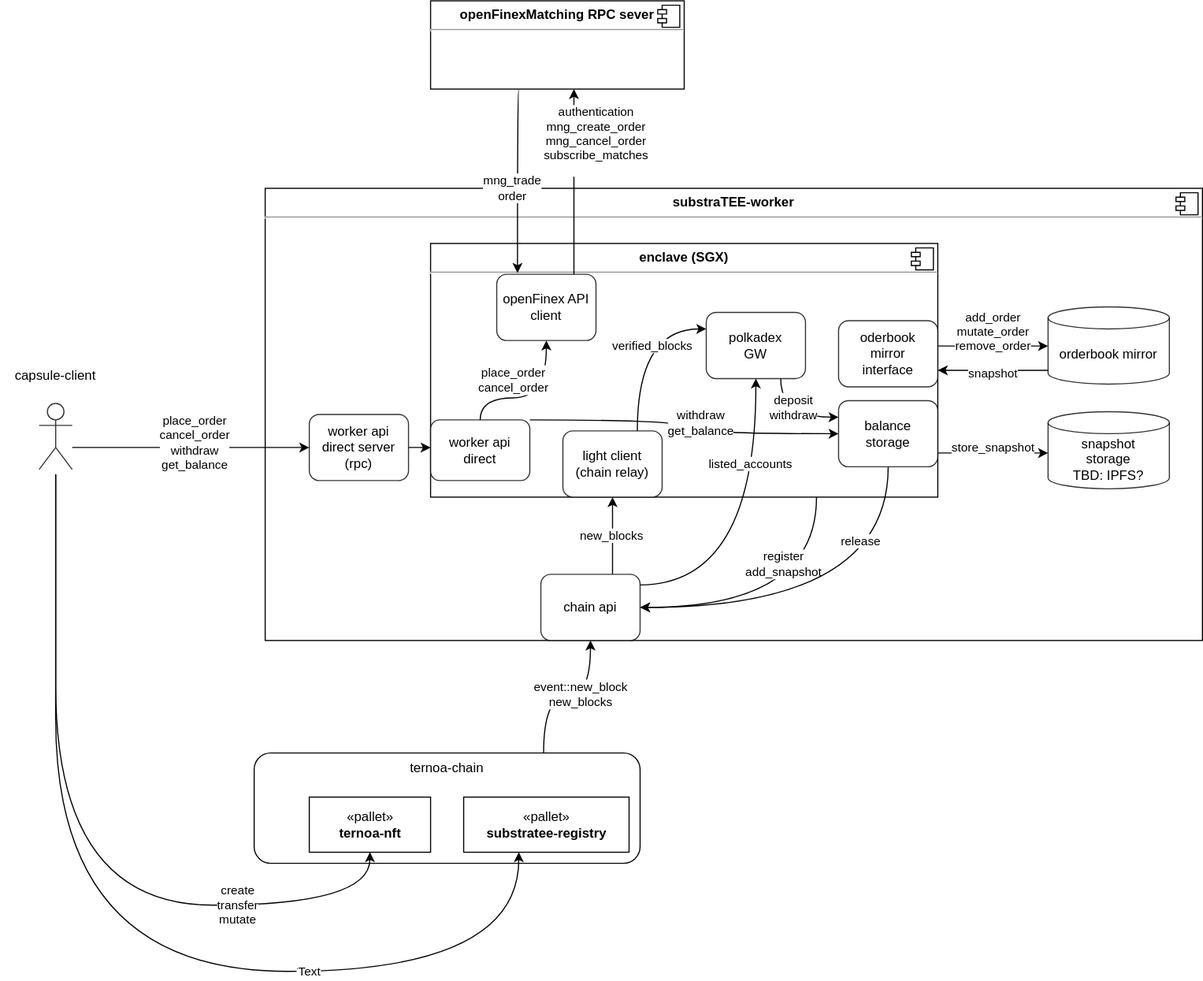
Before: overview_ternoa.svg, a diagram exported from draw.io (haerdib/substraTEE_diagramms). Source tidied: cells renumbered, new cells last; positions are measured from the earlier drawing's top-left corner, leaving out a move shared by most shapes.
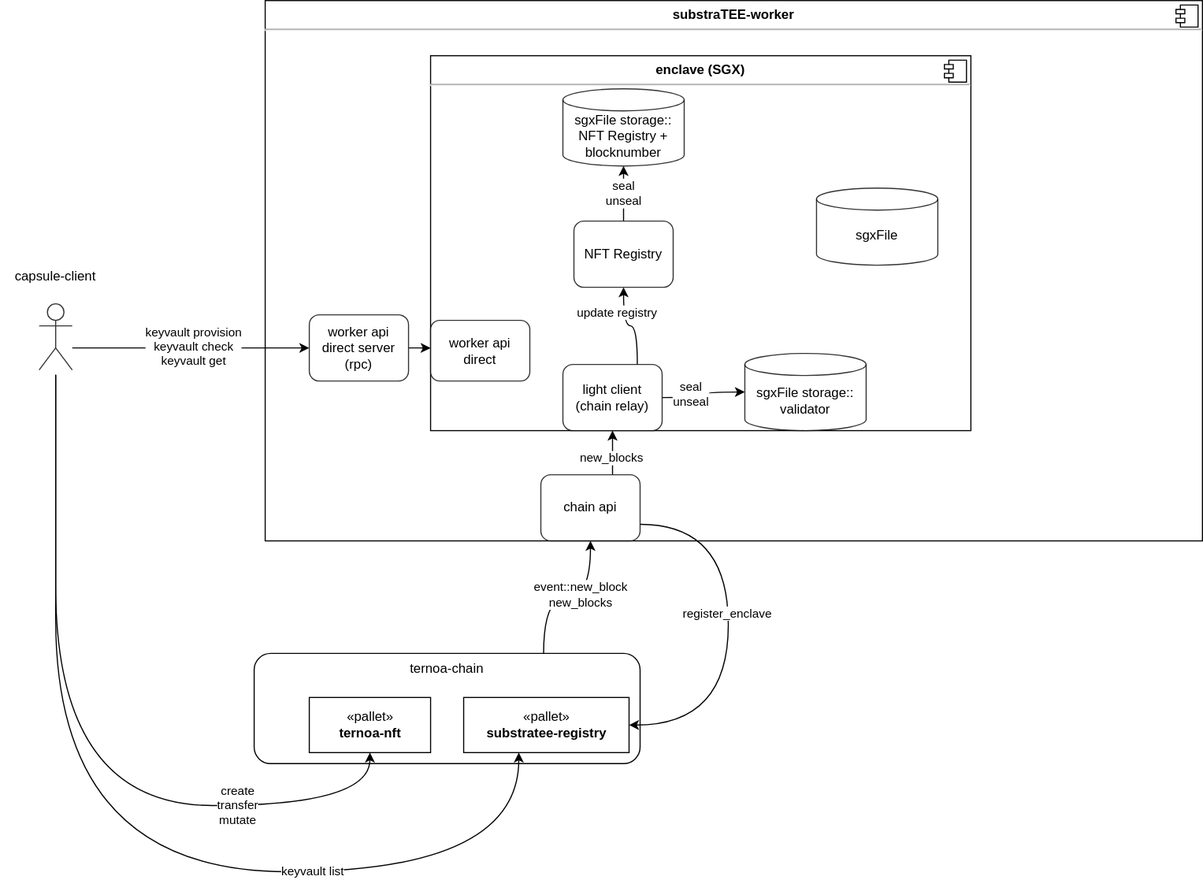
Later version of the same file.

Diff of the diagram source:
```diff
@@ -3,7 +3,7 @@
     <mxCell id="0" />
     <mxCell id="1" parent="0" />
     <mxCell id="2" value="&lt;p style=&quot;margin: 0px ; margin-top: 6px ; text-align: center&quot;&gt;&lt;b&gt;substraTEE-worker&lt;br&gt;&lt;/b&gt;&lt;/p&gt;&lt;hr&gt;&lt;p style=&quot;margin: 0px ; margin-left: 8px&quot;&gt;&lt;br&gt;&lt;/p&gt;" style="align=left;overflow=fill;html=1;" parent="1" vertex="1">
-      <mxGeometry x="240" y="170" width="850" height="410" as="geometry" />
+      <mxGeometry x="240" y="90" width="850" height="490" as="geometry" />
     </mxCell>
     <mxCell id="3" style="shape=component;jettyWidth=8;jettyHeight=4;" parent="2" vertex="1">
       <mxGeometry x="1" width="20" height="20" relative="1" as="geometry">
@@ -11,7 +11,7 @@
       </mxGeometry>
     </mxCell>
     <mxCell id="4" value="&lt;p style=&quot;margin: 0px ; margin-top: 6px ; text-align: center&quot;&gt;&lt;b&gt;enclave (SGX)&lt;br&gt;&lt;/b&gt;&lt;/p&gt;&lt;hr&gt;&lt;p style=&quot;margin: 0px ; margin-left: 8px&quot;&gt;&lt;br&gt;&lt;/p&gt;" style="align=left;overflow=fill;html=1;" parent="1" vertex="1">
-      <mxGeometry x="390" y="220" width="460" height="230" as="geometry" />
+      <mxGeometry x="390" y="140" width="490" height="340" as="geometry" />
     </mxCell>
     <mxCell id="5" style="shape=component;jettyWidth=8;jettyHeight=4;" parent="4" vertex="1">
       <mxGeometry x="1" width="20" height="20" relative="1" as="geometry">
@@ -33,16 +33,22 @@
     <mxCell id="10" value="«pallet»&lt;br&gt;&lt;b&gt;substratee-registry&lt;/b&gt;" style="html=1;" parent="1" vertex="1">
       <mxGeometry x="420" y="722" width="150" height="50" as="geometry" />
     </mxCell>
-    <mxCell id="11" style="edgeStyle=orthogonalEdgeStyle;curved=1;jettySize=auto;html=1;exitX=0.75;exitY=0;exitDx=0;exitDy=0;entryX=0;entryY=0.25;entryDx=0;entryDy=0;" parent="1" edge="1" source="13" target="58">
+    <mxCell id="11" style="edgeStyle=orthogonalEdgeStyle;curved=1;jettySize=auto;html=1;exitX=0.75;exitY=0;exitDx=0;exitDy=0;" parent="1" edge="1" source="13" target="58">
       <mxGeometry relative="1" as="geometry" />
     </mxCell>
-    <mxCell id="12" value="verified_blocks" style="edgeLabel;html=1;align=center;verticalAlign=middle;" parent="11" vertex="1">
+    <mxCell id="12" value="update registry" style="edgeLabel;html=1;align=center;verticalAlign=middle;" parent="11" vertex="1">
       <mxGeometry x="0.56" y="-10" relative="1" as="geometry">
         <mxPoint x="-15.8" y="5" as="offset" />
       </mxGeometry>
     </mxCell>
+    <mxCell id="59" style="edgeStyle=orthogonalEdgeStyle;curved=1;jettySize=auto;html=1;exitX=1;exitY=0.5;exitDx=0;exitDy=0;entryX=0;entryY=0.5;entryDx=0;entryDy=0;entryPerimeter=0;" parent="1" edge="1" source="13" target="65">
+      <mxGeometry relative="1" as="geometry" />
+    </mxCell>
+    <mxCell id="60" value="&lt;div&gt;seal &lt;br&gt;&lt;/div&gt;&lt;div&gt;unseal&lt;/div&gt;" style="edgeLabel;html=1;align=center;verticalAlign=middle;" parent="59" vertex="1">
+      <mxGeometry x="-0.35" y="3" relative="1" as="geometry" />
+    </mxCell>
     <mxCell id="13" value="light client&lt;br&gt;(chain relay)" style="rounded=1;whiteSpace=wrap;html=1;opacity=80;" parent="1" vertex="1">
-      <mxGeometry x="510" y="390" width="90" height="60" as="geometry" />
+      <mxGeometry x="510" y="420" width="90" height="60" as="geometry" />
     </mxCell>
     <mxCell id="14" style="edgeStyle=orthogonalEdgeStyle;curved=1;rounded=0;jettySize=auto;html=1;entryX=0.5;entryY=1;entryDx=0;entryDy=0;" parent="1" edge="1" target="9">
       <mxGeometry relative="1" as="geometry">
@@ -68,40 +74,12 @@
     <mxCell id="17" style="shape=umlActor;verticalLabelPosition=bottom;verticalAlign=top;html=1;outlineConnect=0;opacity=80;" parent="1" vertex="1">
       <mxGeometry x="35" y="365" width="30" height="60" as="geometry" />
     </mxCell>
-    <mxCell id="18" style="edgeStyle=orthogonalEdgeStyle;curved=1;rounded=0;jettySize=auto;html=1;entryX=1;entryY=0.5;entryDx=0;entryDy=0;" parent="1" edge="1" source="4" target="31">
-      <mxGeometry relative="1" as="geometry">
-        <Array as="points">
-          <mxPoint x="740" y="550" />
-        </Array>
-      </mxGeometry>
-    </mxCell>
-    <mxCell id="19" value="&lt;div&gt;register&lt;/div&gt;&lt;div&gt;add_snapshot&lt;br&gt;&lt;/div&gt;" style="edgeLabel;html=1;align=center;verticalAlign=middle;" parent="18" vertex="1">
-      <mxGeometry x="-0.38" y="3" relative="1" as="geometry">
-        <mxPoint x="-33" y="-20" as="offset" />
-      </mxGeometry>
-    </mxCell>
     <mxCell id="20" value="capsule-client" style="text;html=1;strokeColor=none;fillColor=none;align=center;verticalAlign=middle;whiteSpace=wrap;rounded=0;" parent="1" vertex="1">
       <mxGeometry y="330" width="100" height="20" as="geometry" />
     </mxCell>
-    <mxCell id="21" value="orderbook mirror" style="shape=cylinder3;whiteSpace=wrap;html=1;boundedLbl=1;backgroundOutline=1;size=10;opacity=80;" parent="1" vertex="1">
-      <mxGeometry x="950" y="277.5" width="110" height="70" as="geometry" />
+    <mxCell id="21" value="sgxFile" style="shape=cylinder3;whiteSpace=wrap;html=1;boundedLbl=1;backgroundOutline=1;size=10;opacity=80;" parent="1" vertex="1">
+      <mxGeometry x="740" y="260" width="110" height="70" as="geometry" />
     </mxCell>
-    <mxCell id="22" style="edgeStyle=orthogonalEdgeStyle;jettySize=auto;html=1;curved=1;" parent="1" edge="1" source="49" target="21">
-      <mxGeometry relative="1" as="geometry">
-        <Array as="points">
-          <mxPoint x="870" y="313" />
-          <mxPoint x="870" y="313" />
-        </Array>
-      </mxGeometry>
-    </mxCell>
-    <mxCell id="23" value="&lt;div&gt;add_order&lt;/div&gt;&lt;div&gt;mutate_order&lt;/div&gt;&lt;div&gt;remove_order&lt;br&gt;&lt;/div&gt;" style="edgeLabel;html=1;align=center;verticalAlign=middle;" parent="22" vertex="1">
-      <mxGeometry x="0.36" y="1" relative="1" as="geometry">
-        <mxPoint x="-18.1" y="-12" as="offset" />
-      </mxGeometry>
-    </mxCell>
-    <mxCell id="24" value="&lt;div&gt;openFinex API&lt;/div&gt;&lt;div&gt;client&lt;br&gt;&lt;/div&gt;" style="rounded=1;whiteSpace=wrap;html=1;opacity=80;" parent="1" vertex="1">
-      <mxGeometry x="450" y="248" width="90" height="60" as="geometry" />
-    </mxCell>
     <mxCell id="25" style="edgeStyle=orthogonalEdgeStyle;rounded=0;jettySize=auto;html=1;exitX=1;exitY=0.5;exitDx=0;exitDy=0;entryX=0;entryY=0.457;entryDx=0;entryDy=0;entryPerimeter=0;" parent="1" edge="1" source="26" target="43">
       <mxGeometry relative="1" as="geometry">
         <Array as="points">
@@ -125,14 +103,17 @@
         <mxPoint x="-0.8" y="10" as="offset" />
       </mxGeometry>
     </mxCell>
-    <mxCell id="29" style="edgeStyle=orthogonalEdgeStyle;curved=1;jettySize=auto;html=1;exitX=0.996;exitY=0.161;exitDx=0;exitDy=0;entryX=0.5;entryY=1;entryDx=0;entryDy=0;exitPerimeter=0;" parent="1" edge="1" source="31" target="58">
-      <mxGeometry relative="1" as="geometry" />
-    </mxCell>
-    <mxCell id="30" value="listed_accounts" style="edgeLabel;html=1;align=center;verticalAlign=middle;" parent="29" vertex="1">
-      <mxGeometry x="0.5" y="1" relative="1" as="geometry">
-        <mxPoint x="-4" y="4.4" as="offset" />
-      </mxGeometry>
-    </mxCell>
+    <mxCell id="61" style="edgeStyle=orthogonalEdgeStyle;curved=1;jettySize=auto;html=1;exitX=1;exitY=0.75;exitDx=0;exitDy=0;entryX=1;entryY=0.5;entryDx=0;entryDy=0;" parent="1" edge="1" source="31" target="10">
+      <mxGeometry relative="1" as="geometry">
+        <Array as="points">
+          <mxPoint x="660" y="565" />
+          <mxPoint x="660" y="747" />
+        </Array>
+      </mxGeometry>
+    </mxCell>
+    <mxCell id="62" value="register_enclave" style="edgeLabel;html=1;align=center;verticalAlign=middle;" parent="61" vertex="1">
+      <mxGeometry x="-0.08" y="-1" relative="1" as="geometry" />
+    </mxCell>
     <mxCell id="31" value="&lt;div&gt;chain api&lt;/div&gt;" style="rounded=1;whiteSpace=wrap;html=1;opacity=80;" parent="1" vertex="1">
       <mxGeometry x="490" y="520" width="90" height="60" as="geometry" />
     </mxCell>
@@ -147,135 +128,28 @@
         </Array>
       </mxGeometry>
     </mxCell>
-    <mxCell id="33" value="Text" style="edgeLabel;html=1;align=center;verticalAlign=middle;" parent="32" vertex="1">
-      <mxGeometry x="0.4" y="-1" relative="1" as="geometry" />
-    </mxCell>
-    <mxCell id="34" value="Text" style="edgeLabel;html=1;align=center;verticalAlign=middle;" parent="32" vertex="1">
-      <mxGeometry x="0.4" relative="1" as="geometry" />
-    </mxCell>
+    <mxCell id="63" value="keyvault list" style="edgeLabel;html=1;align=center;verticalAlign=middle;" parent="32" vertex="1">
+      <mxGeometry x="0.41" relative="1" as="geometry" />
+    </mxCell>
-    <mxCell id="35" value="&lt;div&gt;place_order&lt;/div&gt;&lt;div&gt;cancel_order&lt;br&gt;&lt;/div&gt;&lt;div&gt;withdraw&lt;/div&gt;&lt;div&gt;get_balance&lt;br&gt;&lt;/div&gt;" style="edgeLabel;html=1;align=center;verticalAlign=middle;" parent="1" vertex="1">
+    <mxCell id="35" value="&lt;div&gt;keyvault provision&lt;/div&gt;&lt;div&gt;keyvault check&lt;/div&gt;&lt;div&gt;keyvault get&lt;br&gt;&lt;/div&gt;" style="edgeLabel;html=1;align=center;verticalAlign=middle;" parent="1" vertex="1">
       <mxGeometry x="180" y="405" as="geometry">
-        <mxPoint x="-4" y="-4" as="offset" />
+        <mxPoint x="-5" y="-1" as="offset" />
       </mxGeometry>
     </mxCell>
-    <mxCell id="36" style="edgeStyle=orthogonalEdgeStyle;curved=1;jumpStyle=none;jettySize=auto;html=1;shadow=0;entryX=0.209;entryY=-0.021;entryDx=0;entryDy=0;entryPerimeter=0;" parent="1" edge="1" target="24">
-      <mxGeometry relative="1" as="geometry">
-        <mxPoint x="470" y="80" as="sourcePoint" />
-        <Array as="points">
-          <mxPoint x="469" y="80" />
-        </Array>
-      </mxGeometry>
-    </mxCell>
-    <mxCell id="37" value="&lt;div&gt;mng_trade&lt;/div&gt;&lt;div&gt;order&lt;br&gt;&lt;/div&gt;" style="edgeLabel;html=1;align=center;verticalAlign=middle;" parent="36" vertex="1">
-      <mxGeometry x="0.07" y="3" relative="1" as="geometry">
-        <mxPoint x="-8.2" y="1.5" as="offset" />
-      </mxGeometry>
-    </mxCell>
-    <mxCell id="38" value="&lt;p style=&quot;margin: 0px ; margin-top: 6px ; text-align: center&quot;&gt;&lt;b&gt;openFinexMatching RPC sever&lt;br&gt;&lt;/b&gt;&lt;/p&gt;&lt;hr&gt;&lt;p style=&quot;margin: 0px ; margin-left: 8px&quot;&gt;&lt;br&gt;&lt;/p&gt;" style="align=left;overflow=fill;html=1;" parent="1" vertex="1">
-      <mxGeometry x="390" width="230" height="80" as="geometry" />
-    </mxCell>
-    <mxCell id="39" style="shape=component;jettyWidth=8;jettyHeight=4;" parent="38" vertex="1">
-      <mxGeometry x="1" width="20" height="20" relative="1" as="geometry">
-        <mxPoint x="-24" y="4" as="offset" />
-      </mxGeometry>
-    </mxCell>
-    <mxCell id="40" style="edgeStyle=orthogonalEdgeStyle;curved=1;jumpStyle=none;jettySize=auto;html=1;shadow=0;" parent="1" edge="1" source="24" target="38">
-      <mxGeometry relative="1" as="geometry">
-        <Array as="points">
-          <mxPoint x="520" y="210" />
-          <mxPoint x="520" y="210" />
-        </Array>
-      </mxGeometry>
-    </mxCell>
-    <mxCell id="41" value="authentication&lt;br&gt;&lt;div&gt;mng_create_order&lt;/div&gt;&lt;div&gt;mng_cancel_order&lt;/div&gt;&lt;div&gt;subscribe_matches&lt;br&gt;&lt;/div&gt;&lt;div&gt;&lt;br&gt;&lt;/div&gt;" style="edgeLabel;html=1;align=center;verticalAlign=middle;" parent="40" vertex="1">
-      <mxGeometry x="0.35" y="5" relative="1" as="geometry">
-        <mxPoint x="25" y="-7.5" as="offset" />
-      </mxGeometry>
-    </mxCell>
-    <mxCell id="42" value="&lt;div&gt;snapshot&lt;/div&gt;&lt;div&gt;storage&lt;br&gt;TBD: IPFS?&lt;br&gt;&lt;/div&gt;" style="shape=cylinder3;whiteSpace=wrap;html=1;boundedLbl=1;backgroundOutline=1;size=10;opacity=80;" parent="1" vertex="1">
-      <mxGeometry x="950" y="372.5" width="110" height="70" as="geometry" />
+    <mxCell id="42" value="&lt;div&gt;sgxFile storage::&lt;/div&gt;&lt;div&gt;NFT Registry + blocknumber&lt;br&gt;&lt;/div&gt;" style="shape=cylinder3;whiteSpace=wrap;html=1;boundedLbl=1;backgroundOutline=1;size=10;opacity=80;" parent="1" vertex="1">
+      <mxGeometry x="510" y="170" width="110" height="70" as="geometry" />
     </mxCell>
     <mxCell id="43" value="worker api&lt;br&gt;direct" style="rounded=1;whiteSpace=wrap;html=1;opacity=80;" parent="1" vertex="1">
       <mxGeometry x="390" y="380" width="90" height="55" as="geometry" />
     </mxCell>
-    <mxCell id="44" style="edgeStyle=orthogonalEdgeStyle;jettySize=auto;html=1;curved=1;" parent="1" edge="1" source="4" target="42">
-      <mxGeometry relative="1" as="geometry">
-        <Array as="points">
-          <mxPoint x="860" y="410" />
-          <mxPoint x="860" y="410" />
-        </Array>
-      </mxGeometry>
-    </mxCell>
-    <mxCell id="45" value="store_snapshot" style="edgeLabel;html=1;align=center;verticalAlign=middle;" parent="44" vertex="1">
-      <mxGeometry x="0.34" y="2" relative="1" as="geometry">
-        <mxPoint x="-17.1" y="-3" as="offset" />
-      </mxGeometry>
-    </mxCell>
-    <mxCell id="46" style="edgeStyle=orthogonalEdgeStyle;curved=1;jettySize=auto;html=1;exitX=0.5;exitY=1;exitDx=0;exitDy=0;entryX=1;entryY=0.5;entryDx=0;entryDy=0;" parent="1" edge="1" source="48" target="31">
-      <mxGeometry relative="1" as="geometry">
-        <Array as="points">
-          <mxPoint x="805" y="550" />
-        </Array>
-      </mxGeometry>
-    </mxCell>
-    <mxCell id="47" value="release" style="edgeLabel;html=1;align=center;verticalAlign=middle;" parent="46" vertex="1">
-      <mxGeometry x="-0.04" y="-12" relative="1" as="geometry">
-        <mxPoint x="16.4" y="-48" as="offset" />
-      </mxGeometry>
-    </mxCell>
-    <mxCell id="48" value="balance&lt;br&gt;storage" style="rounded=1;whiteSpace=wrap;html=1;opacity=80;" parent="1" vertex="1">
-      <mxGeometry x="760" y="362.5" width="90" height="60" as="geometry" />
-    </mxCell>
-    <mxCell id="49" value="&lt;div&gt;oderbook&lt;/div&gt;&lt;div&gt;mirror&lt;/div&gt;&lt;div&gt;interface&lt;br&gt;&lt;/div&gt;" style="rounded=1;whiteSpace=wrap;html=1;opacity=80;" parent="1" vertex="1">
-      <mxGeometry x="760" y="290" width="90" height="60" as="geometry" />
-    </mxCell>
-    <mxCell id="50" style="edgeStyle=orthogonalEdgeStyle;jettySize=auto;html=1;curved=1;entryX=1;entryY=0.75;entryDx=0;entryDy=0;" parent="1" edge="1" target="49">
-      <mxGeometry relative="1" as="geometry">
-        <mxPoint x="950" y="335" as="sourcePoint" />
-        <Array as="points">
-          <mxPoint x="950" y="335" />
-        </Array>
-      </mxGeometry>
-    </mxCell>
-    <mxCell id="51" value="snapshot" style="edgeLabel;html=1;align=center;verticalAlign=middle;" parent="50" vertex="1">
-      <mxGeometry x="0.36" y="1" relative="1" as="geometry">
-        <mxPoint x="18.1" y="1.5" as="offset" />
-      </mxGeometry>
-    </mxCell>
-    <mxCell id="52" style="edgeStyle=orthogonalEdgeStyle;jettySize=auto;html=1;curved=1;exitX=0.5;exitY=0;exitDx=0;exitDy=0;entryX=0.5;entryY=1;entryDx=0;entryDy=0;" parent="1" edge="1" source="43" target="24">
-      <mxGeometry relative="1" as="geometry">
-        <Array as="points">
-          <mxPoint x="435" y="360" />
-          <mxPoint x="495" y="360" />
-        </Array>
-      </mxGeometry>
-    </mxCell>
-    <mxCell id="53" value="&lt;div&gt;place_order&lt;/div&gt;&lt;div&gt;cancel_order&lt;/div&gt;" style="edgeLabel;html=1;align=center;verticalAlign=middle;" parent="52" vertex="1">
-      <mxGeometry x="0.34" y="2" relative="1" as="geometry">
-        <mxPoint x="-28.6" y="-8" as="offset" />
-      </mxGeometry>
-    </mxCell>
-    <mxCell id="54" style="edgeStyle=orthogonalEdgeStyle;jettySize=auto;html=1;curved=1;entryX=0;entryY=0.5;entryDx=0;entryDy=0;" parent="1" edge="1" source="43" target="48">
-      <mxGeometry relative="1" as="geometry">
-        <Array as="points">
-          <mxPoint x="620" y="380" />
-          <mxPoint x="620" y="393" />
-        </Array>
-      </mxGeometry>
-    </mxCell>
-    <mxCell id="55" value="&lt;div&gt;withdraw&lt;/div&gt;&lt;div&gt;get_balance&lt;br&gt;&lt;/div&gt;" style="edgeLabel;html=1;align=center;verticalAlign=middle;" parent="54" vertex="1">
-      <mxGeometry x="0.34" y="2" relative="1" as="geometry">
-        <mxPoint x="-28.6" y="-8" as="offset" />
-      </mxGeometry>
-    </mxCell>
-    <mxCell id="56" style="edgeStyle=orthogonalEdgeStyle;curved=1;jettySize=auto;html=1;exitX=0.75;exitY=1;exitDx=0;exitDy=0;entryX=0;entryY=0.25;entryDx=0;entryDy=0;" parent="1" edge="1" source="58" target="48">
-      <mxGeometry relative="1" as="geometry" />
-    </mxCell>
-    <mxCell id="57" value="&lt;div&gt;deposit&lt;/div&gt;&lt;div&gt;withdraw&lt;br&gt;&lt;/div&gt;" style="edgeLabel;html=1;align=center;verticalAlign=middle;" parent="56" vertex="1">
-      <mxGeometry x="0.07" y="9" relative="1" as="geometry" />
-    </mxCell>
+    <mxCell id="64" value="&lt;div&gt;seal&lt;/div&gt;&lt;div&gt;unseal&lt;br&gt;&lt;/div&gt;" style="edgeStyle=orthogonalEdgeStyle;curved=1;jettySize=auto;html=1;exitX=0.5;exitY=0;exitDx=0;exitDy=0;entryX=0.5;entryY=1;entryDx=0;entryDy=0;entryPerimeter=0;" parent="1" edge="1" source="58" target="42">
+      <mxGeometry relative="1" as="geometry" />
+    </mxCell>
-    <mxCell id="58" value="polkadex&lt;br&gt;GW" style="rounded=1;whiteSpace=wrap;html=1;opacity=80;" parent="1" vertex="1">
-      <mxGeometry x="640" y="282.5" width="90" height="60" as="geometry" />
+    <mxCell id="58" value="NFT Registry" style="rounded=1;whiteSpace=wrap;html=1;opacity=80;" parent="1" vertex="1">
+      <mxGeometry x="520" y="290" width="90" height="60" as="geometry" />
     </mxCell>
+    <mxCell id="65" value="&lt;div&gt;sgxFile storage::&lt;/div&gt;&lt;div&gt;validator&lt;br&gt;&lt;/div&gt;" style="shape=cylinder3;whiteSpace=wrap;html=1;boundedLbl=1;backgroundOutline=1;size=10;opacity=80;" parent="1" vertex="1">
+      <mxGeometry x="675" y="410" width="110" height="70" as="geometry" />
+    </mxCell>
   </root>
 </mxGraphModel>
```
